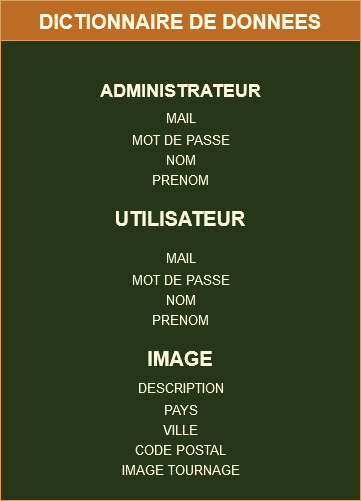
Earlier version of the draw.io export documents/dictionnaire_de_données.png (XavierTRUONG/keystone_BDD). Source tidied: cells renumbered, new cells last; positions are measured from the earlier drawing's top-left corner, leaving out a move shared by most shapes. Its diagram source:
```xml
<mxGraphModel background="#283618">
  <root>
    <mxCell id="0" />
    <mxCell id="1" parent="0" />
    <mxCell id="2" value="DICTIONNAIRE DE DONNEES" style="swimlane;fillColor=#BC6C25;strokeColor=#DDA15E;fontColor=#FEFAE0;startSize=40;fontStyle=1;fontSize=20;" parent="1" vertex="1">
      <mxGeometry width="360" height="500" as="geometry" />
    </mxCell>
    <mxCell id="3" value="&lt;font style=&quot;font-size: 13px&quot;&gt;MAIL&lt;/font&gt;" style="text;html=1;align=center;verticalAlign=middle;strokeColor=none;fillColor=none;fontSize=20;fontColor=#FEFAE0;" parent="2" vertex="1">
      <mxGeometry x="155" y="100" width="50" height="30" as="geometry" />
    </mxCell>
    <mxCell id="4" value="MOT DE PASSE" style="text;html=1;align=center;verticalAlign=middle;strokeColor=none;fillColor=none;fontSize=13;fontColor=#FEFAE0;" parent="2" vertex="1">
      <mxGeometry x="125" y="130" width="110" height="20" as="geometry" />
    </mxCell>
    <mxCell id="5" value="NOM" style="text;html=1;align=center;verticalAlign=middle;strokeColor=none;fillColor=none;fontSize=13;fontColor=#FEFAE0;" parent="2" vertex="1">
      <mxGeometry x="155" y="150" width="50" height="20" as="geometry" />
    </mxCell>
    <mxCell id="6" value="PRENOM" style="text;html=1;align=center;verticalAlign=middle;strokeColor=none;fillColor=none;fontSize=13;fontColor=#FEFAE0;" parent="2" vertex="1">
      <mxGeometry x="145" y="170" width="70" height="20" as="geometry" />
    </mxCell>
    <mxCell id="7" value="&lt;b&gt;&lt;font style=&quot;font-size: 18px&quot;&gt;ADMINISTRATEUR&lt;/font&gt;&lt;/b&gt;" style="text;html=1;align=center;verticalAlign=middle;strokeColor=none;fillColor=none;fontColor=#FEFAE0;" parent="2" vertex="1">
      <mxGeometry x="90" y="80" width="180" height="20" as="geometry" />
    </mxCell>
    <mxCell id="8" value="&lt;div style=&quot;font-size: 20px&quot; align=&quot;center&quot;&gt;&lt;b&gt;&lt;font style=&quot;font-size: 20px&quot;&gt;UTILISATEUR&lt;/font&gt;&lt;/b&gt;&lt;/div&gt;" style="text;whiteSpace=wrap;html=1;fontSize=13;align=center;fontColor=#FEFAE0;" parent="2" vertex="1">
      <mxGeometry x="90" y="200" width="180" height="30" as="geometry" />
    </mxCell>
    <mxCell id="9" value="&lt;font style=&quot;font-size: 13px&quot;&gt;MAIL&lt;/font&gt;" style="text;html=1;align=center;verticalAlign=middle;strokeColor=none;fillColor=none;fontSize=20;fontColor=#FEFAE0;" parent="2" vertex="1">
      <mxGeometry x="155" y="240" width="50" height="30" as="geometry" />
    </mxCell>
    <mxCell id="10" value="MOT DE PASSE" style="text;html=1;align=center;verticalAlign=middle;strokeColor=none;fillColor=none;fontSize=13;fontColor=#FEFAE0;" parent="2" vertex="1">
      <mxGeometry x="125" y="270" width="110" height="20" as="geometry" />
    </mxCell>
    <mxCell id="11" value="NOM" style="text;html=1;align=center;verticalAlign=middle;strokeColor=none;fillColor=none;fontSize=13;fontColor=#FEFAE0;" parent="2" vertex="1">
      <mxGeometry x="155" y="290" width="50" height="20" as="geometry" />
    </mxCell>
    <mxCell id="12" value="PRENOM" style="text;html=1;align=center;verticalAlign=middle;strokeColor=none;fillColor=none;fontSize=13;fontColor=#FEFAE0;" parent="2" vertex="1">
      <mxGeometry x="145" y="310" width="70" height="20" as="geometry" />
    </mxCell>
    <mxCell id="13" value="&lt;b&gt;&lt;font style=&quot;font-size: 20px&quot;&gt;IMAGE&lt;/font&gt;&lt;/b&gt;" style="text;whiteSpace=wrap;html=1;fontSize=13;align=center;fontColor=#FEFAE0;" parent="2" vertex="1">
      <mxGeometry x="90" y="340" width="180" height="30" as="geometry" />
    </mxCell>
    <mxCell id="14" value="&lt;font style=&quot;font-size: 13px&quot;&gt;DESCRIPTION&lt;/font&gt;" style="text;html=1;align=center;verticalAlign=middle;strokeColor=none;fillColor=none;fontSize=20;fontColor=#FEFAE0;" parent="2" vertex="1">
      <mxGeometry x="130" y="370" width="100" height="30" as="geometry" />
    </mxCell>
    <mxCell id="15" value="PAYS" style="text;html=1;align=center;verticalAlign=middle;strokeColor=none;fillColor=none;fontSize=13;fontColor=#FEFAE0;" parent="2" vertex="1">
      <mxGeometry x="155" y="400" width="50" height="20" as="geometry" />
    </mxCell>
    <mxCell id="16" value="VILLE" style="text;html=1;align=center;verticalAlign=middle;strokeColor=none;fillColor=none;fontSize=13;fontColor=#FEFAE0;" parent="2" vertex="1">
      <mxGeometry x="155" y="420" width="50" height="20" as="geometry" />
    </mxCell>
    <mxCell id="17" value="CODE POSTAL" style="text;html=1;align=center;verticalAlign=middle;strokeColor=none;fillColor=none;fontSize=13;fontColor=#FEFAE0;" parent="2" vertex="1">
      <mxGeometry x="125" y="440" width="110" height="20" as="geometry" />
    </mxCell>
    <mxCell id="18" value="IMAGE TOURNAGE" style="text;html=1;align=center;verticalAlign=middle;strokeColor=none;fillColor=none;fontSize=13;fontColor=#FEFAE0;" parent="2" vertex="1">
      <mxGeometry x="115" y="460" width="130" height="20" as="geometry" />
    </mxCell>
  </root>
</mxGraphModel>
```
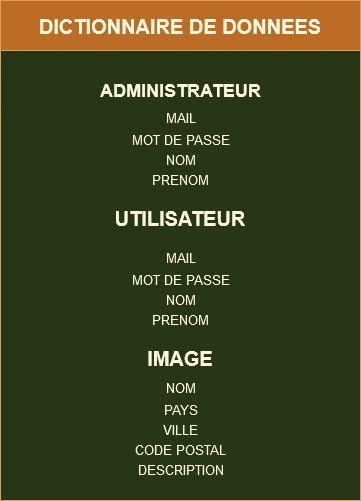
The same file after the commit.

Diff of the diagram source:
```diff
@@ -2,7 +2,7 @@
   <root>
     <mxCell id="0" />
     <mxCell id="1" parent="0" />
-    <mxCell id="2" value="DICTIONNAIRE DE DONNEES" style="swimlane;fillColor=#BC6C25;strokeColor=#DDA15E;fontColor=#FEFAE0;startSize=40;fontStyle=1;fontSize=20;" parent="1" vertex="1">
+    <mxCell id="2" value="DICTIONNAIRE DE DONNEES" style="swimlane;fillColor=#BC6C25;strokeColor=#DDA15E;fontColor=#FEFAE0;startSize=50;fontStyle=1;fontSize=20;" parent="1" vertex="1">
       <mxGeometry width="360" height="500" as="geometry" />
     </mxCell>
     <mxCell id="3" value="&lt;font style=&quot;font-size: 13px&quot;&gt;MAIL&lt;/font&gt;" style="text;html=1;align=center;verticalAlign=middle;strokeColor=none;fillColor=none;fontSize=20;fontColor=#FEFAE0;" parent="2" vertex="1">
@@ -38,8 +38,8 @@
     <mxCell id="13" value="&lt;b&gt;&lt;font style=&quot;font-size: 20px&quot;&gt;IMAGE&lt;/font&gt;&lt;/b&gt;" style="text;whiteSpace=wrap;html=1;fontSize=13;align=center;fontColor=#FEFAE0;" parent="2" vertex="1">
       <mxGeometry x="90" y="340" width="180" height="30" as="geometry" />
     </mxCell>
-    <mxCell id="14" value="&lt;font style=&quot;font-size: 13px&quot;&gt;DESCRIPTION&lt;/font&gt;" style="text;html=1;align=center;verticalAlign=middle;strokeColor=none;fillColor=none;fontSize=20;fontColor=#FEFAE0;" parent="2" vertex="1">
-      <mxGeometry x="130" y="370" width="100" height="30" as="geometry" />
+    <mxCell id="14" value="&lt;font style=&quot;font-size: 13px&quot;&gt;NOM&lt;/font&gt;" style="text;html=1;align=center;verticalAlign=middle;strokeColor=none;fillColor=none;fontSize=20;fontColor=#FEFAE0;" parent="2" vertex="1">
+      <mxGeometry x="155" y="370" width="50" height="30" as="geometry" />
     </mxCell>
     <mxCell id="15" value="PAYS" style="text;html=1;align=center;verticalAlign=middle;strokeColor=none;fillColor=none;fontSize=13;fontColor=#FEFAE0;" parent="2" vertex="1">
       <mxGeometry x="155" y="400" width="50" height="20" as="geometry" />
@@ -50,8 +50,8 @@
     <mxCell id="17" value="CODE POSTAL" style="text;html=1;align=center;verticalAlign=middle;strokeColor=none;fillColor=none;fontSize=13;fontColor=#FEFAE0;" parent="2" vertex="1">
       <mxGeometry x="125" y="440" width="110" height="20" as="geometry" />
     </mxCell>
-    <mxCell id="18" value="IMAGE TOURNAGE" style="text;html=1;align=center;verticalAlign=middle;strokeColor=none;fillColor=none;fontSize=13;fontColor=#FEFAE0;" parent="2" vertex="1">
-      <mxGeometry x="115" y="460" width="130" height="20" as="geometry" />
-    </mxCell>
+    <mxCell id="19" value="&lt;font style=&quot;font-size: 13px&quot;&gt;DESCRIPTION&lt;/font&gt;" style="text;html=1;align=center;verticalAlign=middle;strokeColor=none;fillColor=none;fontColor=#FEFAE0;" parent="1" vertex="1">
+      <mxGeometry x="130" y="460" width="100" height="20" as="geometry" />
+    </mxCell>
   </root>
 </mxGraphModel>
```
